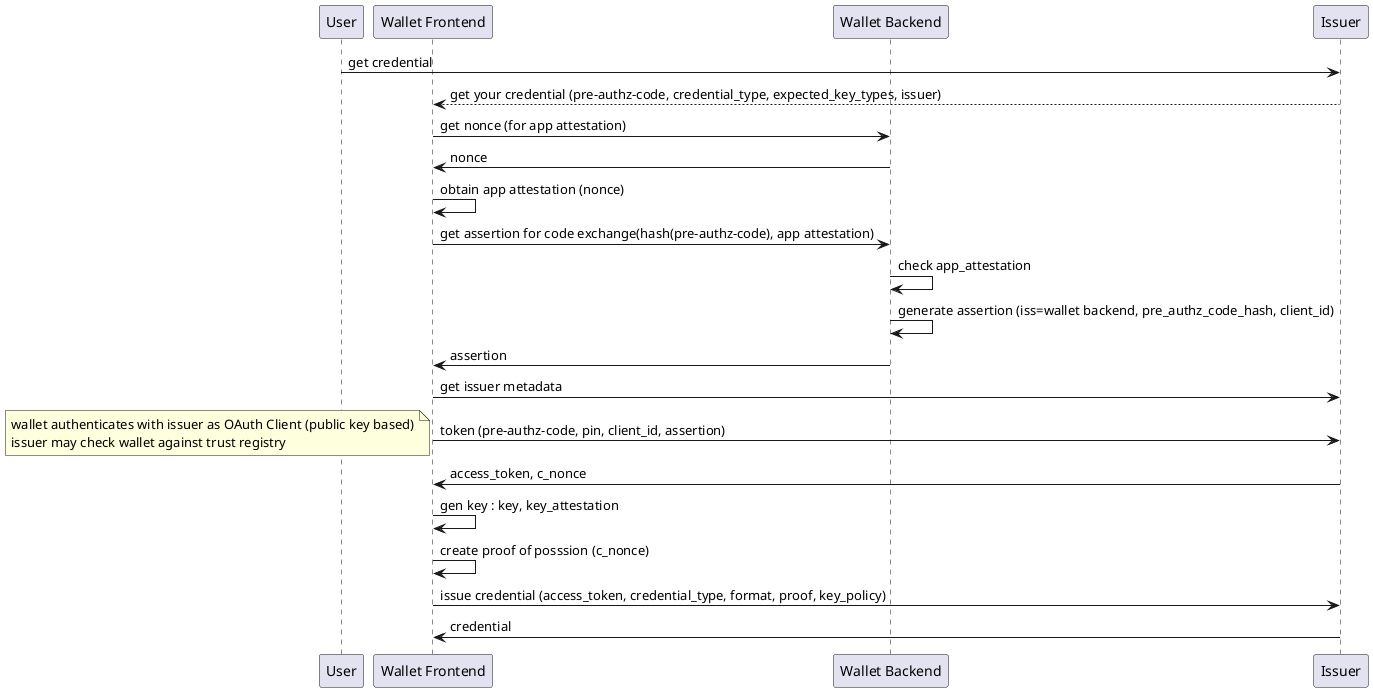
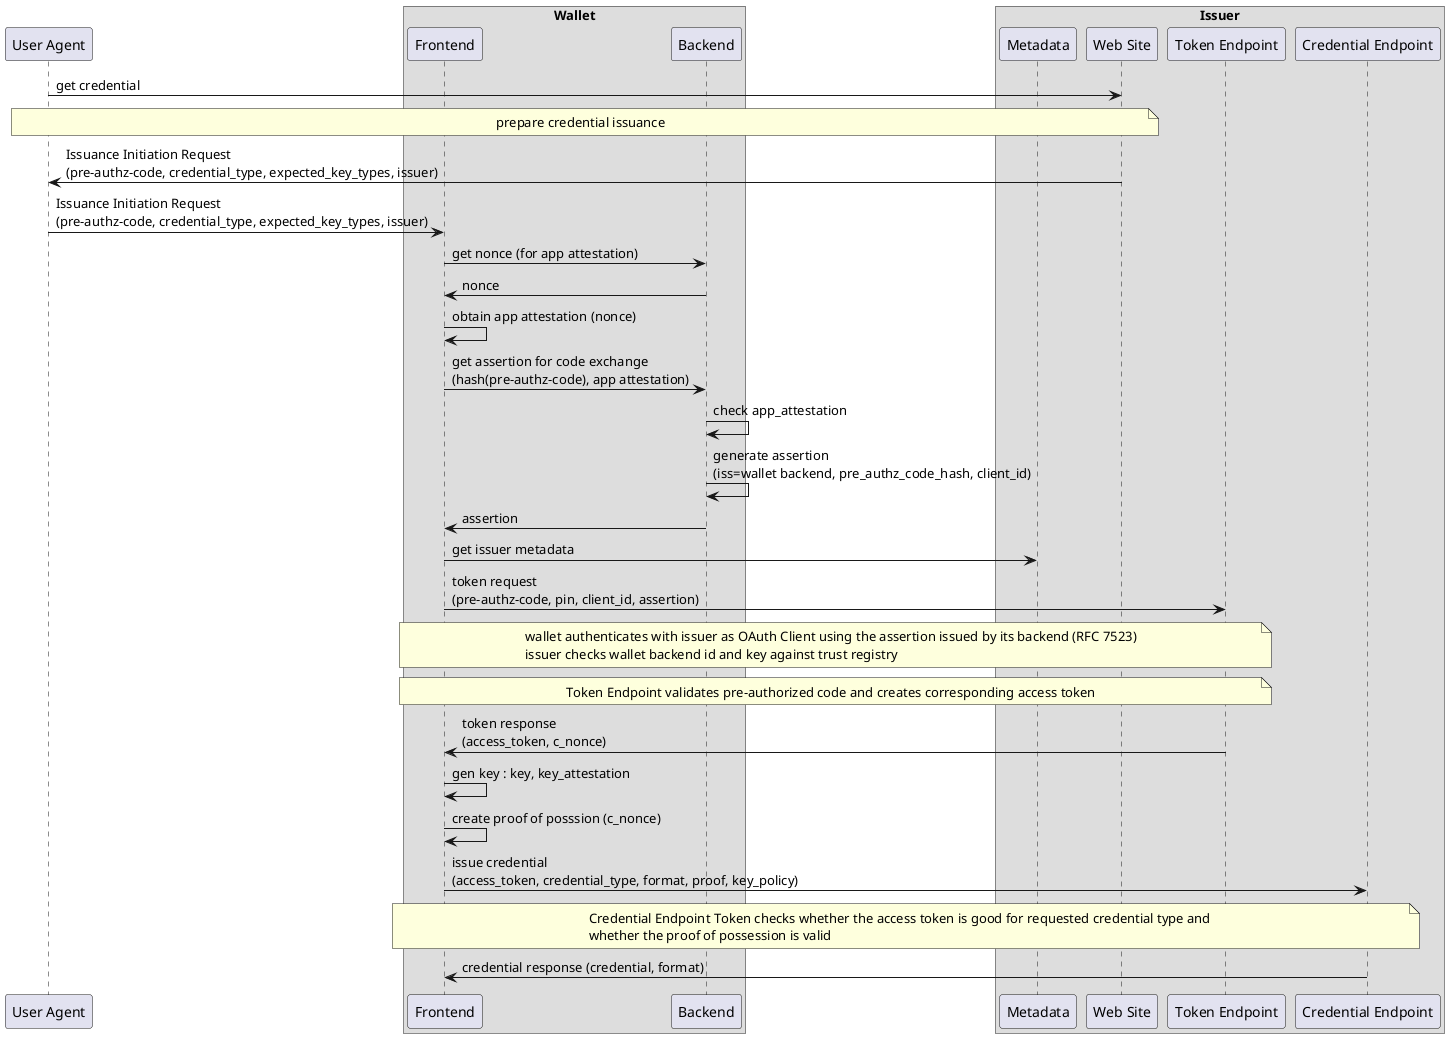
@startuml
- participant User as u
- participant "Wallet Frontend" as w
- participant "Wallet Backend" as b
- participant Issuer as i
+ participant "User Agent" as u
+ box "Wallet"
+ participant "Frontend" as w
+ participant "Backend" as b
+ end box
+ box "Issuer"
+ participant "Metadata" as m
+ participant "Web Site" as s
+ participant "Token Endpoint" as t
+ participant "Credential Endpoint" as c
+ end box

- u -> i : get credential
- i --> w : get your credential (pre-authz-code, credential_type, expected_key_types, issuer)
+ u -> s : get credential
+ note over u, s: prepare credential issuance
+ s -> u : Issuance Initiation Request \n(pre-authz-code, credential_type, expected_key_types, issuer)
+ u -> w : Issuance Initiation Request \n(pre-authz-code, credential_type, expected_key_types, issuer)
w -> b : get nonce (for app attestation)
b -> w : nonce
w -> w : obtain app attestation (nonce)
- w -> b : get assertion for code exchange(hash(pre-authz-code), app attestation)
+ w -> b : get assertion for code exchange\n(hash(pre-authz-code), app attestation)
b -> b : check app_attestation
- b -> b : generate assertion (iss=wallet backend, pre_authz_code_hash, client_id)
+ b -> b : generate assertion \n(iss=wallet backend, pre_authz_code_hash, client_id)
b -> w : assertion
- w -> i : get issuer metadata
- w -> i : token (pre-authz-code, pin, client_id, assertion)
- note left: wallet authenticates with issuer as OAuth Client (public key based)\nissuer may check wallet against trust registry
- i -> w : access_token, c_nonce
+ w -> m : get issuer metadata
+ w -> t : token request \n(pre-authz-code, pin, client_id, assertion)
+ note over w, t: wallet authenticates with issuer as OAuth Client using the assertion issued by its backend (RFC 7523)\nissuer checks wallet backend id and key against trust registry
+ note over w, t: Token Endpoint validates pre-authorized code and creates corresponding access token
+ t -> w : token response \n(access_token, c_nonce)
w -> w : gen key : key, key_attestation
w -> w : create proof of posssion (c_nonce)
- w -> i : issue credential (access_token, credential_type, format, proof, key_policy)
- i -> w : credential
+ w -> c : issue credential \n(access_token, credential_type, format, proof, key_policy)
+ note over w, c: Credential Endpoint Token checks whether the access token is good for requested credential type and \nwhether the proof of possession is valid
+ c -> w : credential response (credential, format)
@enduml